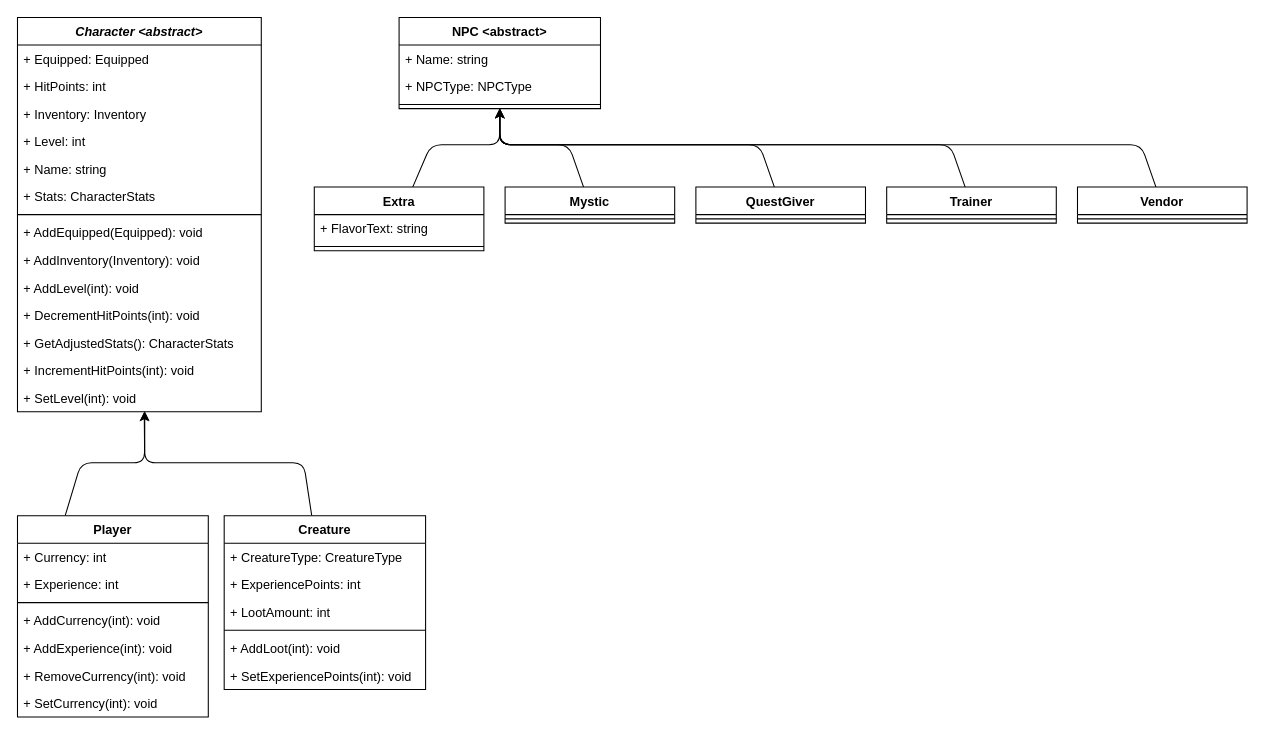
Earlier version of the draw.io diagram docs/design/domain_models/characters.drawio (scottfalbo/GameEngine). Source tidied: cells renumbered, new cells numbered last; positions are measured from the earlier drawing's top-left corner, leaving out a move shared by most shapes. Both pictures are drawn from the tidied source at 106%, with x=0, y=0 at pixel (17, 17).
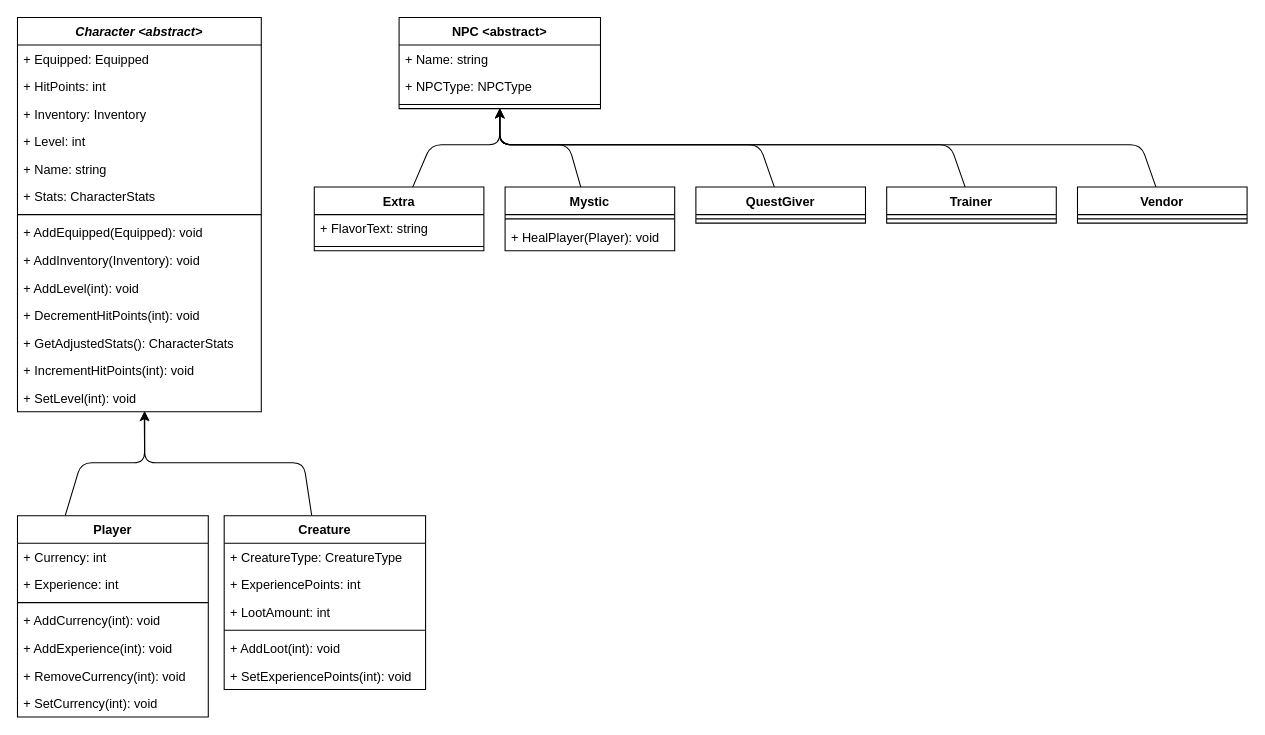
Above is the later version.

What changed in the source:
```diff
@@
     <mxCell id="43" value="Mystic" style="swimlane;fontStyle=1;align=center;verticalAlign=top;horizontal=1;startSize=26;" parent="1" vertex="1">
-      <mxGeometry x="460" y="160" width="160" height="34" as="geometry" />
+      <mxGeometry x="460" y="160" width="160" height="60" as="geometry" />
     </mxCell>
@@
+    <mxCell id="54" value="+ HealPlayer(Player): void" style="text;strokeColor=none;fillColor=none;align=left;verticalAlign=top;spacingLeft=4;spacingRight=4;overflow=hidden;" parent="43" vertex="1">
+      <mxGeometry y="34" width="160" height="26" as="geometry" />
+    </mxCell>
```
